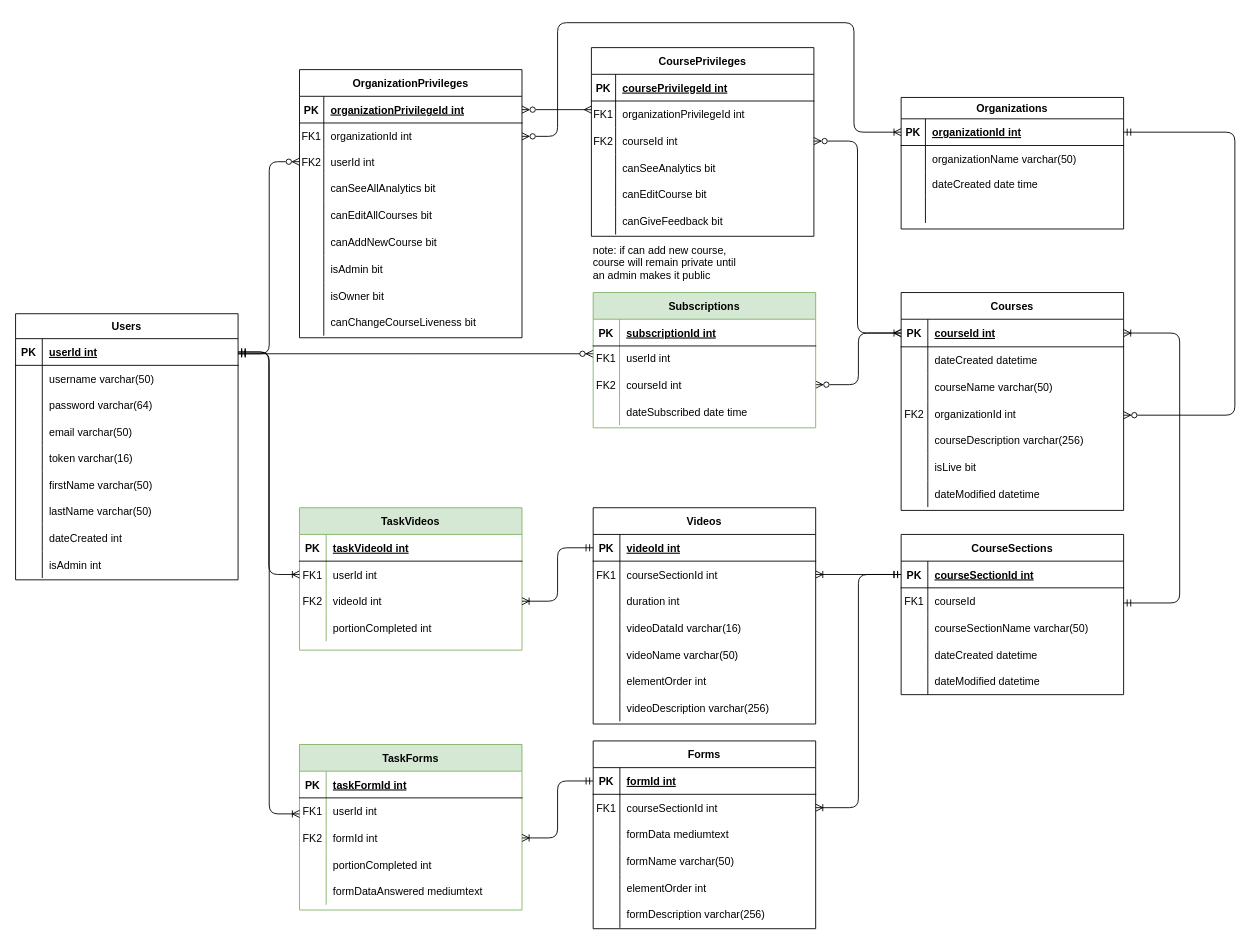
Above: docs/MOOC.drawio in Chai112/MOOC (draw.io), before the change. Source tidied: cells renumbered, new cells numbered last; positions are measured from the earlier drawing's top-left corner, leaving out a move shared by most shapes. Both pictures are drawn from the tidied source at 89%, with x=0, y=0 at pixel (15, 22).
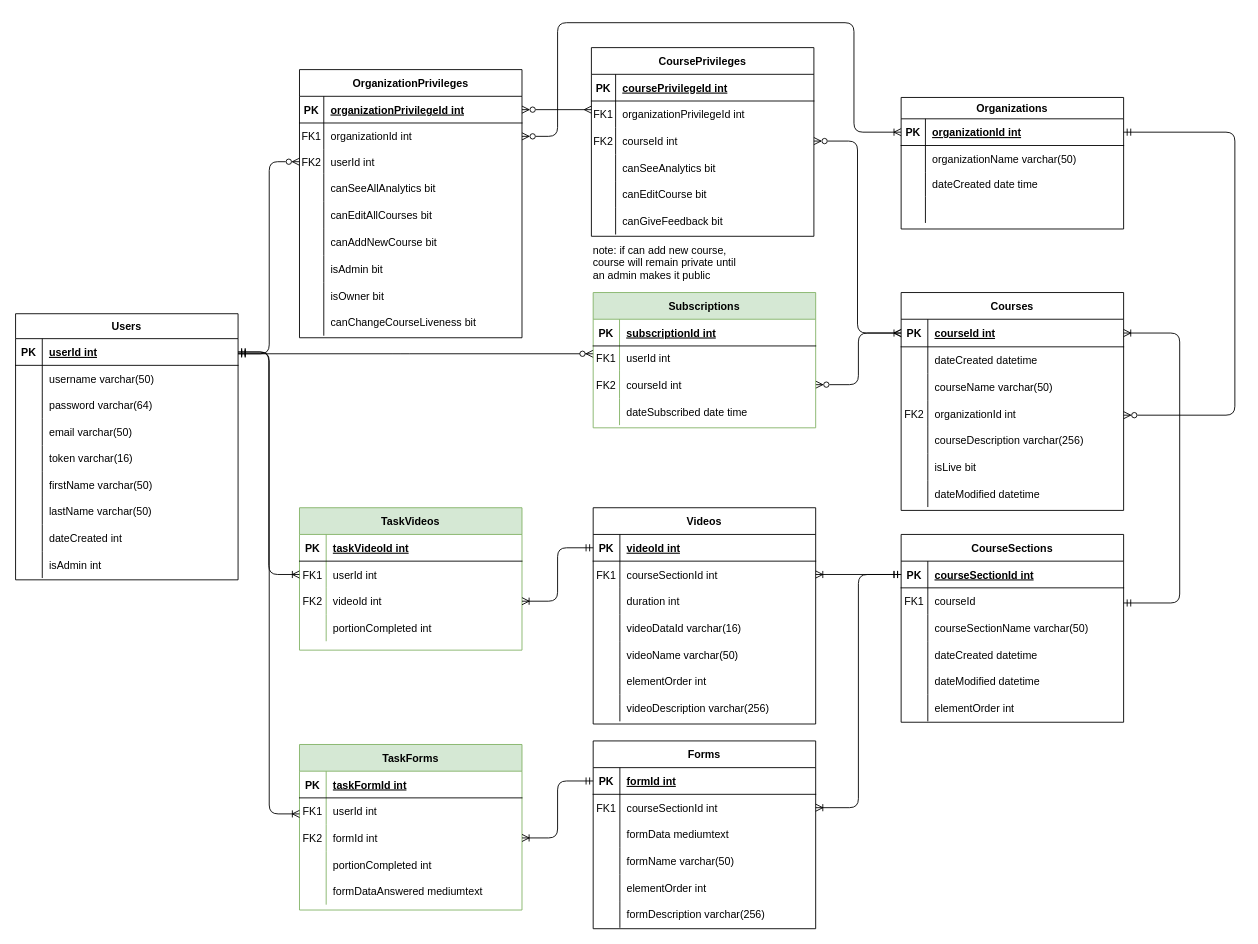
After the change.

The edit, as a diff of the source:
```diff
@@
     <mxCell id="89" value="CourseSections" style="shape=table;startSize=30;childLayout=tableLayout;rowLines=0;fontStyle=1;align=center;" parent="1" vertex="1">
-      <mxGeometry x="995" y="575" width="250" height="180" as="geometry" />
+      <mxGeometry x="995" y="575" width="250" height="211" as="geometry" />
     </mxCell>
@@
+    <mxCell id="226" style="shape=partialRectangle;fillColor=none;top=0;left=0;right=0;bottom=0;" parent="89" vertex="1">
+      <mxGeometry y="180" width="250" height="30" as="geometry" />
+    </mxCell>
+    <mxCell id="227" style="shape=partialRectangle;overflow=hidden;fillColor=none;top=0;left=0;bottom=0;right=0;" parent="226" vertex="1">
+      <mxGeometry width="30" height="30" as="geometry" />
+    </mxCell>
+    <mxCell id="228" value="elementOrder int" style="shape=partialRectangle;overflow=hidden;fillColor=none;top=0;left=0;bottom=0;right=0;align=left;spacingLeft=6;" parent="226" vertex="1">
+      <mxGeometry x="30" width="220" height="30" as="geometry" />
+    </mxCell>
```
